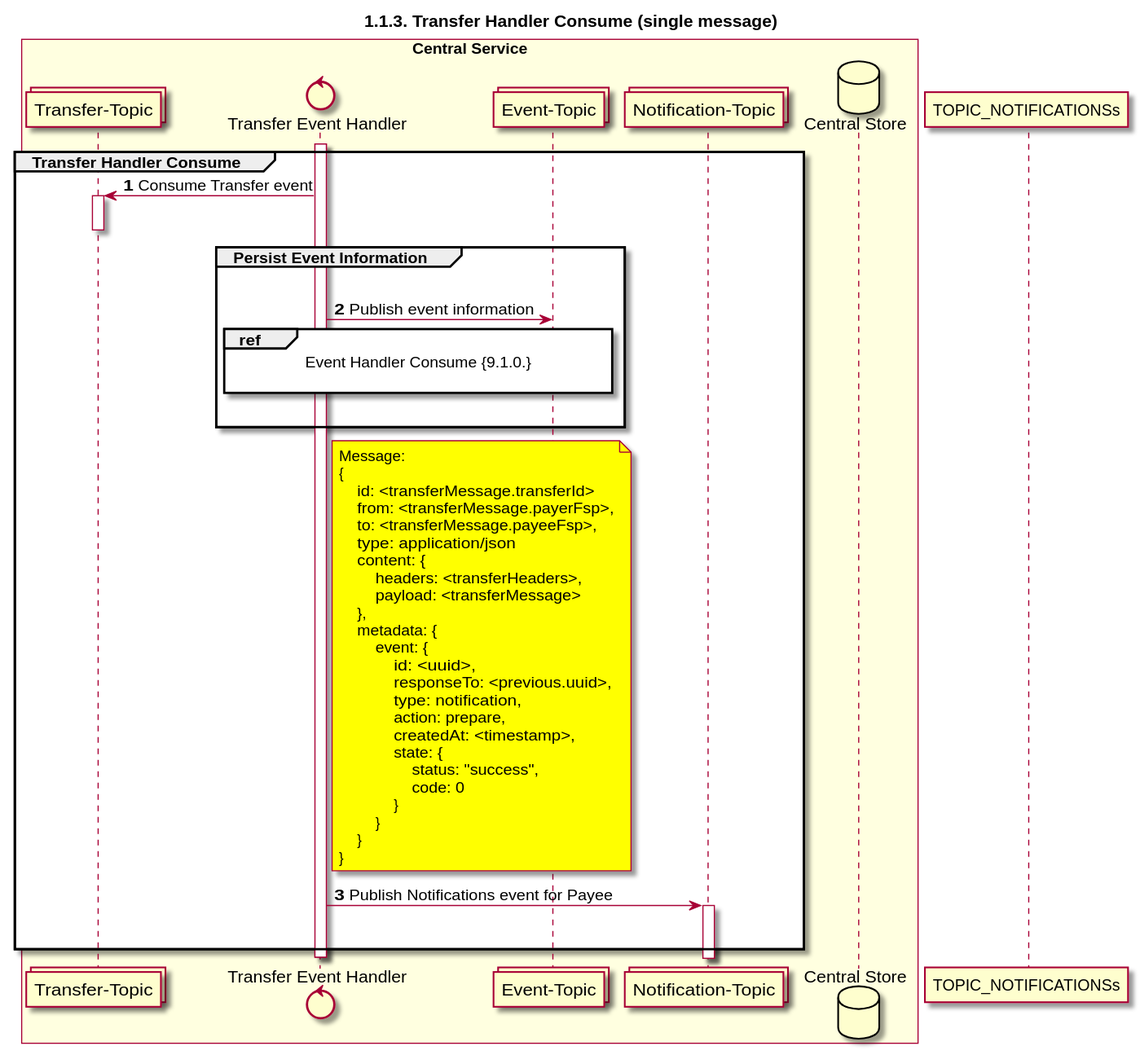
Before: CentralServices/seq_diagrams/seq-prepare-1.1.3.a.svg, a diagram exported from PlantUML (ggrg/docs).
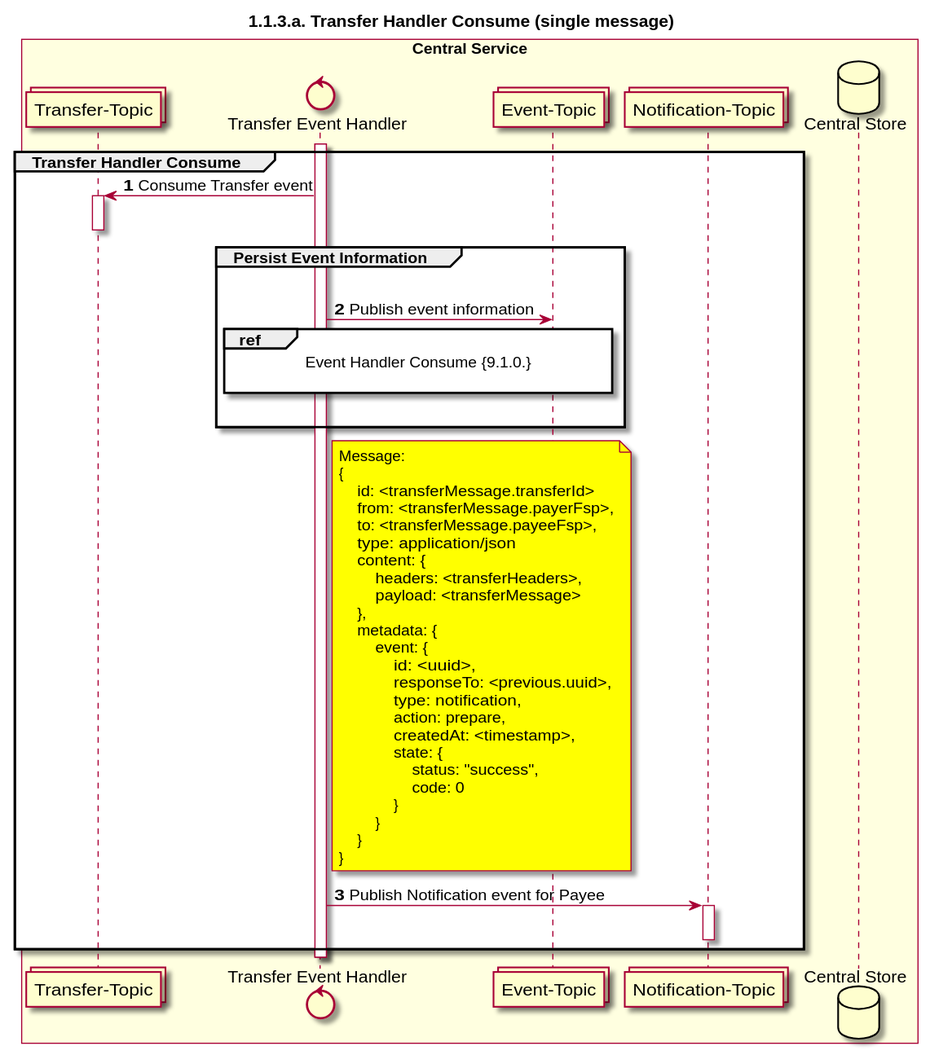
Later version of the same file.

Diff of the diagram source:
```diff
@@ -1,5 +1,5 @@
 @startuml
-title 1.1.3. Transfer Handler Consume (single message)
+title 1.1.3.a. Transfer Handler Consume (single message)
 
 autonumber
 
@@ -32,7 +32,6 @@
         |||
     end
 
-
     note right of TRANS_HANDLER #yellow
         Message:
         {
@@ -59,9 +58,9 @@
             }
         }
     end note
-    TRANS_HANDLER -> TOPIC_NOTIFICATIONS: Publish Notifications event for Payee
+    TRANS_HANDLER -> TOPIC_NOTIFICATIONS: Publish Notification event for Payee
     activate TOPIC_NOTIFICATIONS
-    deactivate TOPIC_NOTIFICATIONSs
+    deactivate TOPIC_NOTIFICATIONS
 end
 deactivate TRANS_HANDLER
 @enduml
```
